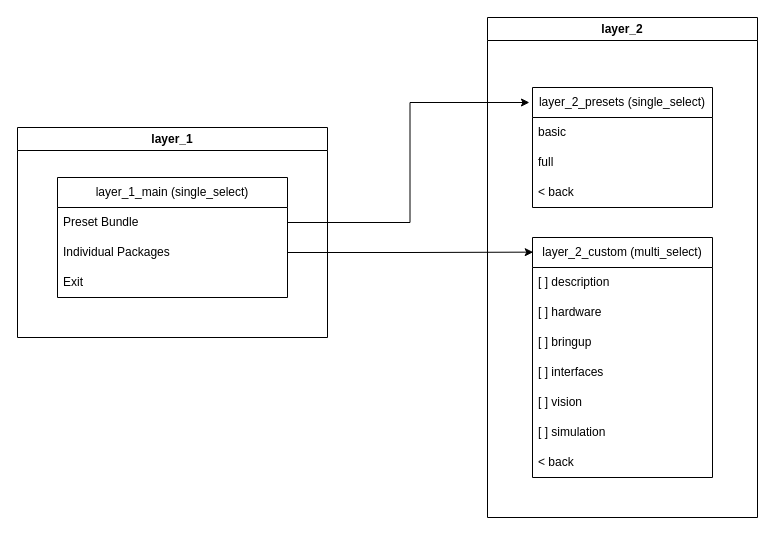
Earlier version of the draw.io diagram options_hierarchy.drawio (ahmdmarzuki/ros2-pkg-generator). Source tidied: cells renumbered, new cells numbered last; positions are measured from the earlier drawing's top-left corner, leaving out a move shared by most shapes. Both pictures are drawn from the tidied source at 100%, with x=0, y=0 at pixel (17, 17).
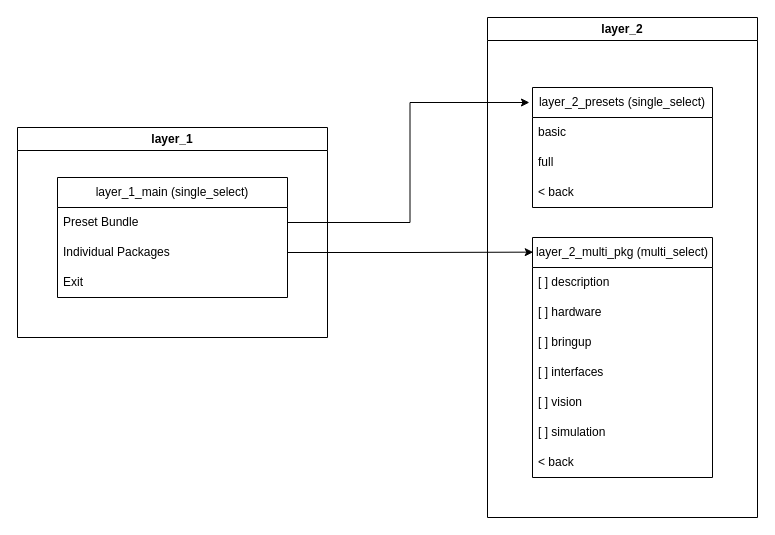
After the change.

The edit, as a diff of the source:
```diff
@@
-    <mxCell id="11" value="layer_2_custom (multi_select)" style="swimlane;fontStyle=0;horizontal=1;startSize=30;whiteSpace=wrap;html=1;" parent="1" vertex="1">
+    <mxCell id="11" value="layer_2_multi_pkg (multi_select)" style="swimlane;fontStyle=0;horizontal=1;startSize=30;whiteSpace=wrap;html=1;" parent="1" vertex="1">
       <mxGeometry x="515" y="220" width="180" height="240" as="geometry" />
     </mxCell>
```
